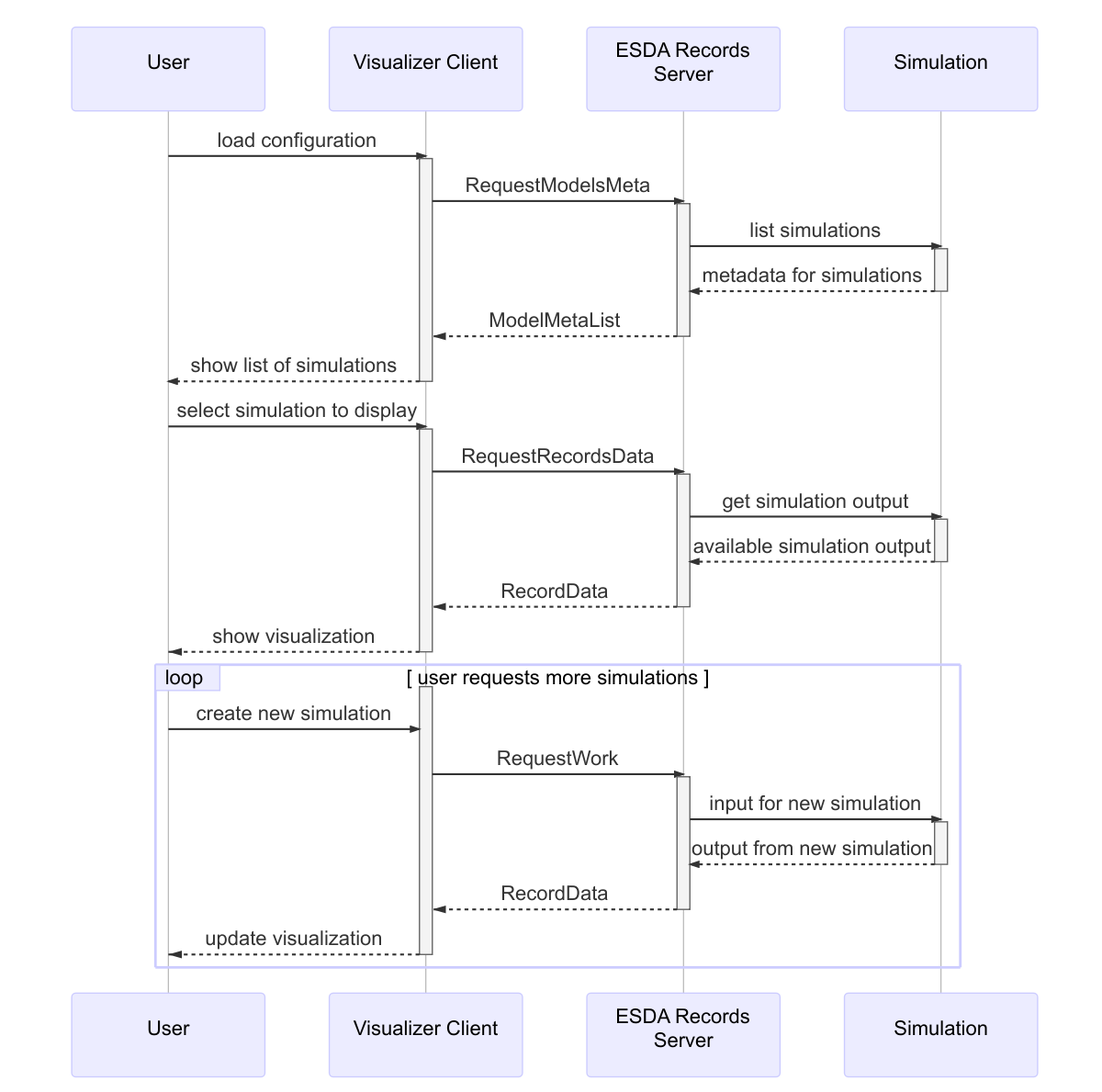
Earlier version of the Mermaid export simulation-rpc.mermaid.png (NREL/AESD). Its source is kept beside it as simulation-rpc.mermaid. Its diagram source:
```mermaid
sequenceDiagram

participant User
participant Visualizer Client
participant ESDA Records Server
participant Simulation

User ->> Visualizer Client: load configuration
activate Visualizer Client
Visualizer Client ->> ESDA Records Server: RequestModelsMeta
activate ESDA Records Server
ESDA Records Server ->> Simulation: list simulations
activate Simulation
Simulation -->> ESDA Records Server: metadata for simulations
deactivate Simulation
ESDA Records Server --x Visualizer Client: ModelMetaList
deactivate ESDA Records Server
Visualizer Client -->> User: show list of simulations
deactivate Visualizer Client

User ->> Visualizer Client: select simulation to display
activate Visualizer Client
Visualizer Client ->> ESDA Records Server: RequestRecordsData
activate ESDA Records Server
ESDA Records Server ->> Simulation: get simulation output
activate Simulation
Simulation -->> ESDA Records Server: available simulation output
deactivate Simulation
ESDA Records Server --x Visualizer Client: RecordData
deactivate ESDA Records Server
Visualizer Client --x User: show visualization
deactivate Visualizer Client

loop user requests more simulations
  activate Visualizer Client
  User ->> Visualizer Client: create new simulation
  Visualizer Client ->> ESDA Records Server: RequestWork
  activate ESDA Records Server
  ESDA Records Server ->> Simulation: input for new simulation
  activate Simulation
  Simulation -->> ESDA Records Server: output from new simulation
  deactivate Simulation
  ESDA Records Server --x Visualizer Client: RecordData
  deactivate ESDA Records Server
  Visualizer Client --x User: update visualization
  deactivate Visualizer Client
end
```
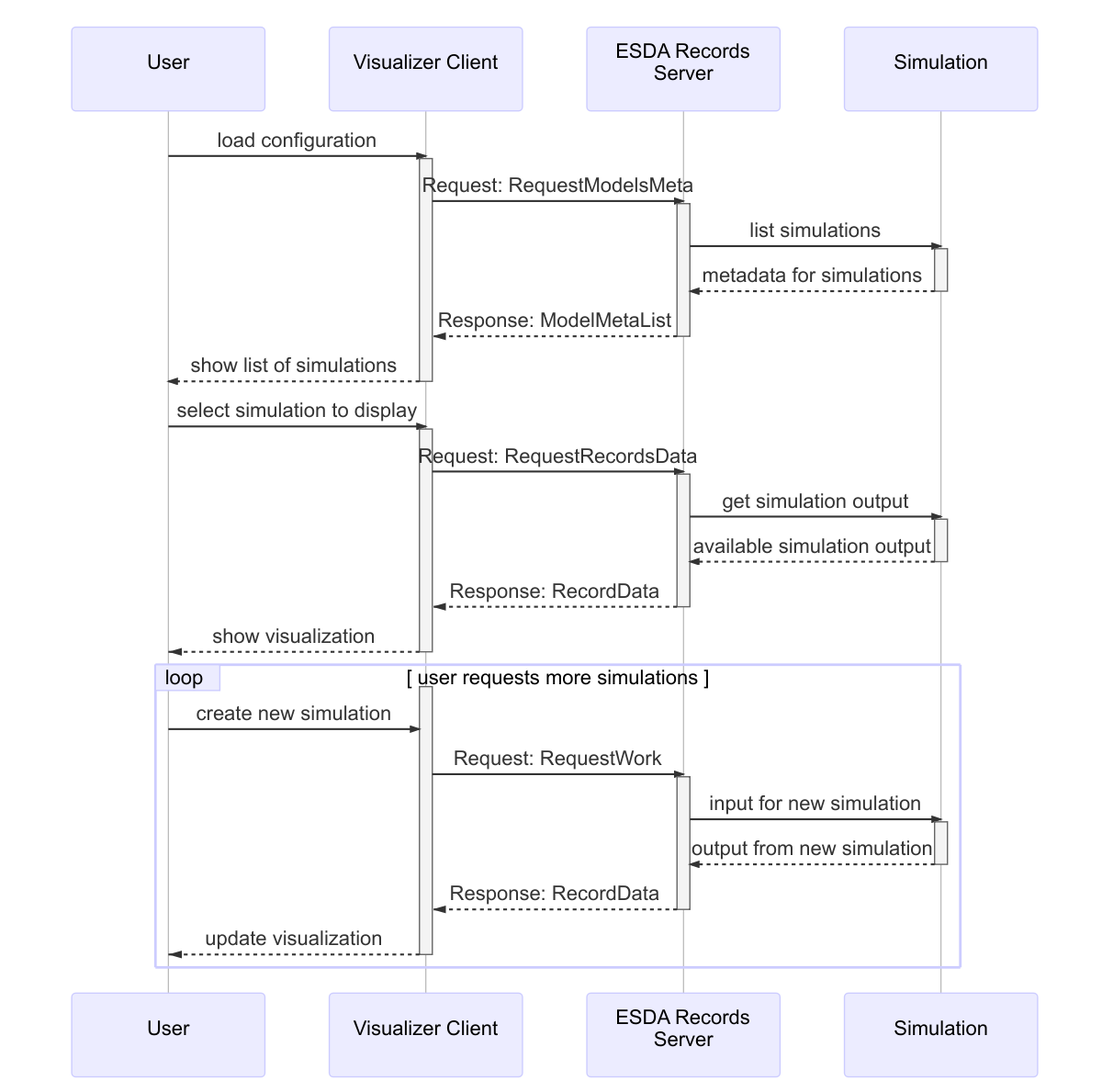
After the commit.

The edit, as a diff of the source:
```diff
@@ -7,26 +7,26 @@
 
 User ->> Visualizer Client: load configuration
 activate Visualizer Client
-Visualizer Client ->> ESDA Records Server: RequestModelsMeta
+Visualizer Client ->> ESDA Records Server: Request: RequestModelsMeta
 activate ESDA Records Server
 ESDA Records Server ->> Simulation: list simulations
 activate Simulation
 Simulation -->> ESDA Records Server: metadata for simulations
 deactivate Simulation
-ESDA Records Server --x Visualizer Client: ModelMetaList
+ESDA Records Server --x Visualizer Client: Response: ModelMetaList
 deactivate ESDA Records Server
 Visualizer Client -->> User: show list of simulations
 deactivate Visualizer Client
 
 User ->> Visualizer Client: select simulation to display
 activate Visualizer Client
-Visualizer Client ->> ESDA Records Server: RequestRecordsData
+Visualizer Client ->> ESDA Records Server: Request: RequestRecordsData
 activate ESDA Records Server
 ESDA Records Server ->> Simulation: get simulation output
 activate Simulation
 Simulation -->> ESDA Records Server: available simulation output
 deactivate Simulation
-ESDA Records Server --x Visualizer Client: RecordData
+ESDA Records Server --x Visualizer Client: Response: RecordData
 deactivate ESDA Records Server
 Visualizer Client --x User: show visualization
 deactivate Visualizer Client
@@ -34,13 +34,13 @@
 loop user requests more simulations
   activate Visualizer Client
   User ->> Visualizer Client: create new simulation
-  Visualizer Client ->> ESDA Records Server: RequestWork
+  Visualizer Client ->> ESDA Records Server: Request: RequestWork
   activate ESDA Records Server
   ESDA Records Server ->> Simulation: input for new simulation
   activate Simulation
   Simulation -->> ESDA Records Server: output from new simulation
   deactivate Simulation
-  ESDA Records Server --x Visualizer Client: RecordData
+  ESDA Records Server --x Visualizer Client: Response: RecordData
   deactivate ESDA Records Server
   Visualizer Client --x User: update visualization
   deactivate Visualizer Client
```
